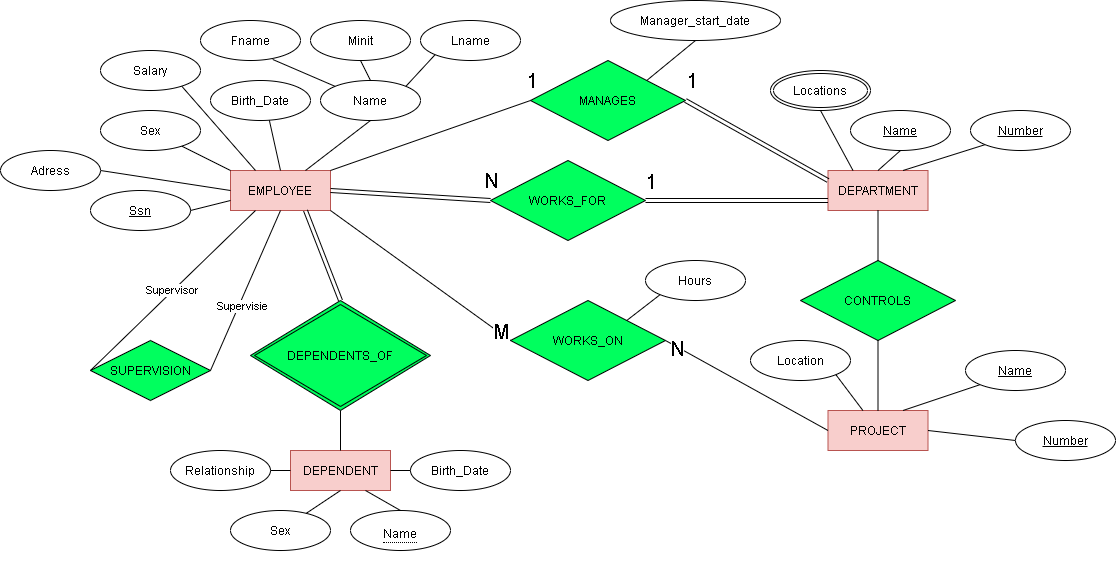
Before: Company ER.png, a diagram exported from draw.io (Ugur0855/Company_ER_Diagram). Source tidied: cells renumbered, new cells last; positions are measured from the earlier drawing's top-left corner, leaving out a move shared by most shapes.
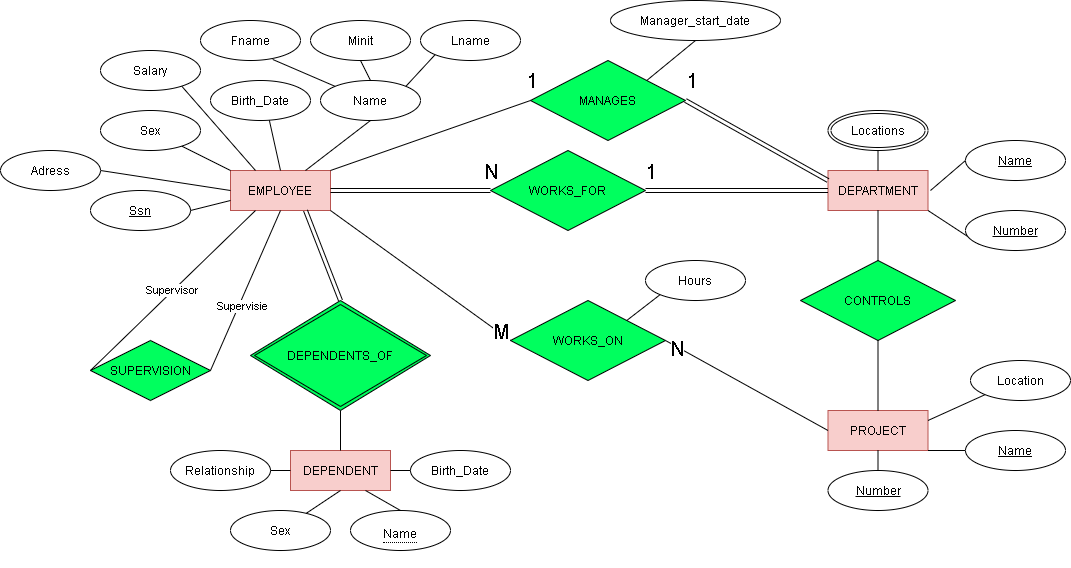
Above is the later version.

Change to the diagram source:
```diff
@@ -23,7 +23,7 @@
     <mxCell id="8" style="endArrow=none;html=1;rounded=0;entryX=0;entryY=0;entryDx=0;entryDy=0;" parent="1" edge="1" source="22" target="2">
       <mxGeometry relative="1" as="geometry" />
     </mxCell>
-    <mxCell id="9" style="endArrow=none;html=1;rounded=0;entryX=0.75;entryY=0;entryDx=0;entryDy=0;exitX=0;exitY=1;exitDx=0;exitDy=0;" parent="1" edge="1" source="31" target="3">
+    <mxCell id="9" style="endArrow=none;html=1;rounded=0;exitX=0;exitY=0.5;exitDx=0;exitDy=0;entryX=1;entryY=1;entryDx=0;entryDy=0;" parent="1" edge="1" source="31" target="3">
       <mxGeometry relative="1" as="geometry" />
     </mxCell>
     <mxCell id="10" style="endArrow=none;html=1;rounded=0;entryX=0.5;entryY=0;entryDx=0;entryDy=0;exitX=0.5;exitY=0;exitDx=0;exitDy=0;" parent="1" edge="1" source="2" target="17">
@@ -53,7 +53,7 @@
     <mxCell id="18" value="Ssn" style="ellipse;whiteSpace=wrap;html=1;align=center;fontStyle=4;" parent="1" vertex="1">
       <mxGeometry x="90" y="190" width="100" height="40" as="geometry" />
     </mxCell>
-    <mxCell id="19" style="endArrow=none;html=1;rounded=0;entryX=0.25;entryY=0;entryDx=0;entryDy=0;exitX=0.5;exitY=1;exitDx=0;exitDy=0;" parent="1" edge="1" source="42" target="4">
+    <mxCell id="19" style="endArrow=none;html=1;rounded=0;entryX=0.5;entryY=0;entryDx=0;entryDy=0;exitX=0.5;exitY=1;exitDx=0;exitDy=0;" parent="1" edge="1" source="42" target="4">
       <mxGeometry relative="1" as="geometry" />
     </mxCell>
     <mxCell id="20" style="endArrow=none;html=1;rounded=0;exitX=0.5;exitY=0;exitDx=0;exitDy=0;entryX=0.25;entryY=0;entryDx=0;entryDy=0;" parent="1" edge="1" source="23" target="2">
@@ -90,18 +90,18 @@
       <mxGeometry relative="1" as="geometry" />
     </mxCell>
     <mxCell id="31" value="Name" style="ellipse;whiteSpace=wrap;html=1;align=center;fontStyle=4;" parent="1" vertex="1">
-      <mxGeometry x="965" y="350" width="100" height="40" as="geometry" />
+      <mxGeometry x="965" y="430" width="100" height="40" as="geometry" />
     </mxCell>
-    <mxCell id="32" style="endArrow=none;html=1;rounded=0;entryX=1;entryY=0.5;entryDx=0;entryDy=0;exitX=0;exitY=0.5;exitDx=0;exitDy=0;" parent="1" edge="1" source="33" target="3">
+    <mxCell id="32" style="endArrow=none;html=1;rounded=0;entryX=0.5;entryY=1;entryDx=0;entryDy=0;exitX=0.5;exitY=0;exitDx=0;exitDy=0;" parent="1" edge="1" source="33" target="3">
       <mxGeometry relative="1" as="geometry" />
     </mxCell>
     <mxCell id="33" value="Number" style="ellipse;whiteSpace=wrap;html=1;align=center;fontStyle=4;" parent="1" vertex="1">
-      <mxGeometry x="1015" y="420" width="100" height="40" as="geometry" />
+      <mxGeometry x="827.5" y="470" width="100" height="40" as="geometry" />
     </mxCell>
     <mxCell id="34" value="Location" style="ellipse;whiteSpace=wrap;html=1;align=center;" parent="1" vertex="1">
-      <mxGeometry x="750" y="340" width="100" height="40" as="geometry" />
+      <mxGeometry x="970" y="360" width="100" height="40" as="geometry" />
     </mxCell>
-    <mxCell id="35" style="endArrow=none;html=1;rounded=0;exitX=1;exitY=1;exitDx=0;exitDy=0;" parent="1" edge="1" source="34" target="3">
+    <mxCell id="35" style="endArrow=none;html=1;rounded=0;exitX=0;exitY=1;exitDx=0;exitDy=0;entryX=1;entryY=0.25;entryDx=0;entryDy=0;" parent="1" edge="1" source="34" target="3">
       <mxGeometry relative="1" as="geometry" />
     </mxCell>
     <mxCell id="36" style="endArrow=none;html=1;rounded=0;entryX=0.5;entryY=1;entryDx=0;entryDy=0;exitX=1;exitY=0;exitDx=0;exitDy=0;" parent="1" edge="1" source="50" target="37">
@@ -110,20 +110,22 @@
     <mxCell id="37" value="Manager_start_date" style="ellipse;whiteSpace=wrap;html=1;align=center;" parent="1" vertex="1">
       <mxGeometry x="610" width="170" height="40" as="geometry" />
     </mxCell>
-    <mxCell id="38" style="endArrow=none;html=1;rounded=0;entryX=0.5;entryY=0;entryDx=0;entryDy=0;exitX=0.5;exitY=1;exitDx=0;exitDy=0;" parent="1" edge="1" source="39" target="4">
-      <mxGeometry relative="1" as="geometry" />
+    <mxCell id="38" style="endArrow=none;html=1;rounded=0;exitX=0;exitY=0.5;exitDx=0;exitDy=0;" parent="1" edge="1" source="39">
+      <mxGeometry relative="1" as="geometry">
+        <mxPoint x="930" y="190" as="targetPoint" />
+      </mxGeometry>
     </mxCell>
     <mxCell id="39" value="Name" style="ellipse;whiteSpace=wrap;html=1;align=center;fontStyle=4;" parent="1" vertex="1">
-      <mxGeometry x="850" y="110" width="100" height="40" as="geometry" />
+      <mxGeometry x="965" y="140" width="100" height="40" as="geometry" />
     </mxCell>
-    <mxCell id="40" style="endArrow=none;html=1;rounded=0;entryX=0.75;entryY=0;entryDx=0;entryDy=0;exitX=0;exitY=1;exitDx=0;exitDy=0;" parent="1" edge="1" source="41" target="4">
+    <mxCell id="40" style="endArrow=none;html=1;rounded=0;entryX=1;entryY=1;entryDx=0;entryDy=0;exitX=0;exitY=1;exitDx=0;exitDy=0;" parent="1" edge="1" source="41" target="4">
       <mxGeometry relative="1" as="geometry" />
     </mxCell>
     <mxCell id="41" value="Number" style="ellipse;whiteSpace=wrap;html=1;align=center;fontStyle=4;" parent="1" vertex="1">
-      <mxGeometry x="970" y="110" width="100" height="40" as="geometry" />
+      <mxGeometry x="965" y="210" width="100" height="40" as="geometry" />
     </mxCell>
     <mxCell id="42" value="Locations" style="ellipse;shape=doubleEllipse;margin=3;whiteSpace=wrap;html=1;align=center;" parent="1" vertex="1">
-      <mxGeometry x="770" y="70" width="100" height="40" as="geometry" />
+      <mxGeometry x="827.5" y="110" width="100" height="40" as="geometry" />
     </mxCell>
     <mxCell id="43" style="endArrow=none;html=1;rounded=0;entryX=0.5;entryY=0;entryDx=0;entryDy=0;noJump=0;comic=0;shape=link;exitX=0.75;exitY=1;exitDx=0;exitDy=0;" parent="1" edge="1" source="2" target="69">
       <mxGeometry relative="1" as="geometry" />
@@ -132,7 +134,7 @@
       <mxGeometry relative="1" as="geometry" />
     </mxCell>
     <mxCell id="45" value="WORKS_FOR" style="shape=rhombus;perimeter=rhombusPerimeter;whiteSpace=wrap;html=1;align=center;fillColor=#00FF5E;" parent="1" vertex="1">
-      <mxGeometry x="490" y="160" width="155" height="80" as="geometry" />
+      <mxGeometry x="490" y="150" width="155" height="80" as="geometry" />
     </mxCell>
     <mxCell id="46" style="endArrow=none;html=1;rounded=0;exitX=1;exitY=0.5;exitDx=0;exitDy=0;entryX=0;entryY=0.5;entryDx=0;entryDy=0;shape=link;" parent="1" edge="1" source="2" target="45">
       <mxGeometry relative="1" as="geometry" />
@@ -142,7 +144,7 @@
         <mxPoint x="10.2" y="-18.4" as="offset" />
       </mxGeometry>
     </mxCell>
-    <mxCell id="48" style="endArrow=none;html=1;rounded=0;exitX=1;exitY=0.5;exitDx=0;exitDy=0;entryX=0;entryY=0.75;entryDx=0;entryDy=0;shape=link;" parent="1" edge="1" source="45" target="4">
+    <mxCell id="48" style="endArrow=none;html=1;rounded=0;exitX=1;exitY=0.5;exitDx=0;exitDy=0;entryX=0;entryY=0.5;entryDx=0;entryDy=0;shape=link;" parent="1" edge="1" source="45" target="4">
       <mxGeometry relative="1" as="geometry" />
     </mxCell>
     <mxCell id="49" value="1" style="edgeLabel;html=1;align=center;verticalAlign=middle;fontSize=20;" parent="48" vertex="1">
```
